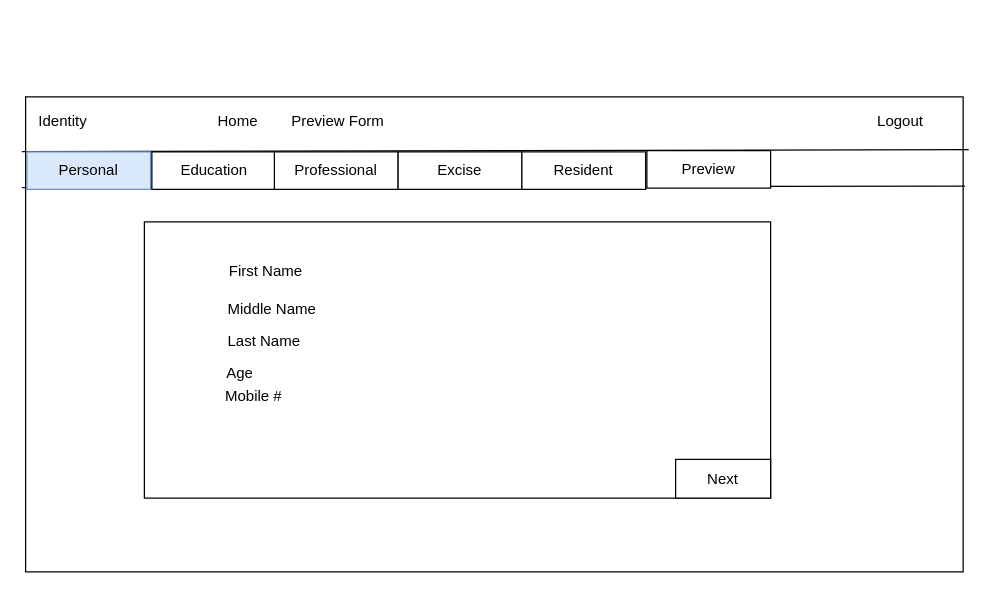
Above: identity.drawio in ubaid4j/identity (draw.io), before the change. Source tidied: cells renumbered, new cells numbered last; positions are measured from the earlier drawing's top-left corner, leaving out a move shared by most shapes. Both pictures are drawn from the tidied source at 125%, with x=0, y=0 at pixel (25, 96).
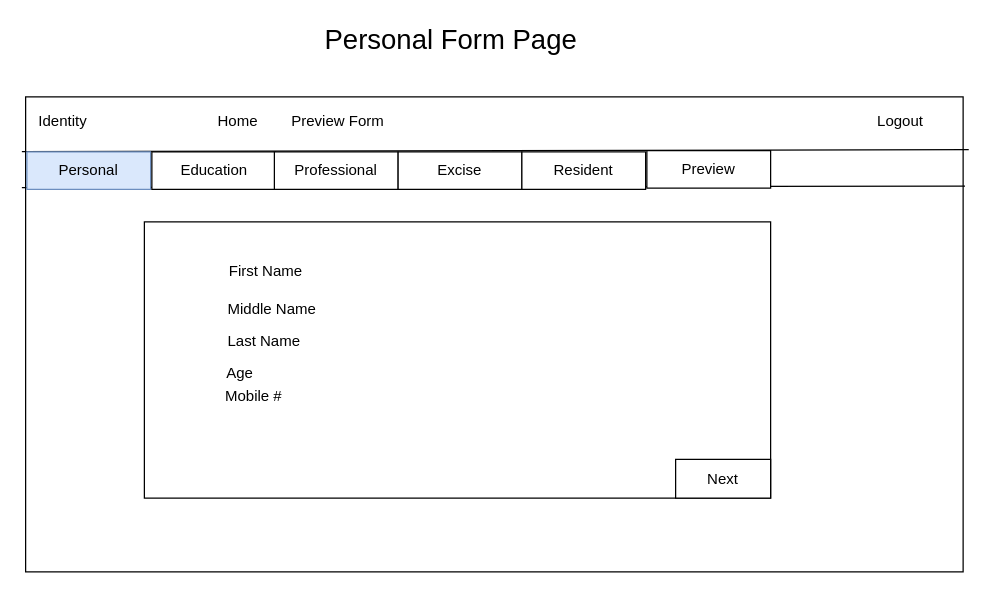
After the change.

Change to the diagram source:
```diff
@@
+    <mxCell id="23" value="Personal Form Page" style="text;html=1;align=center;verticalAlign=middle;fontSize=22;" parent="1" vertex="1">
+      <mxGeometry x="230" y="-60" width="220" height="30" as="geometry" />
+    </mxCell>
```
